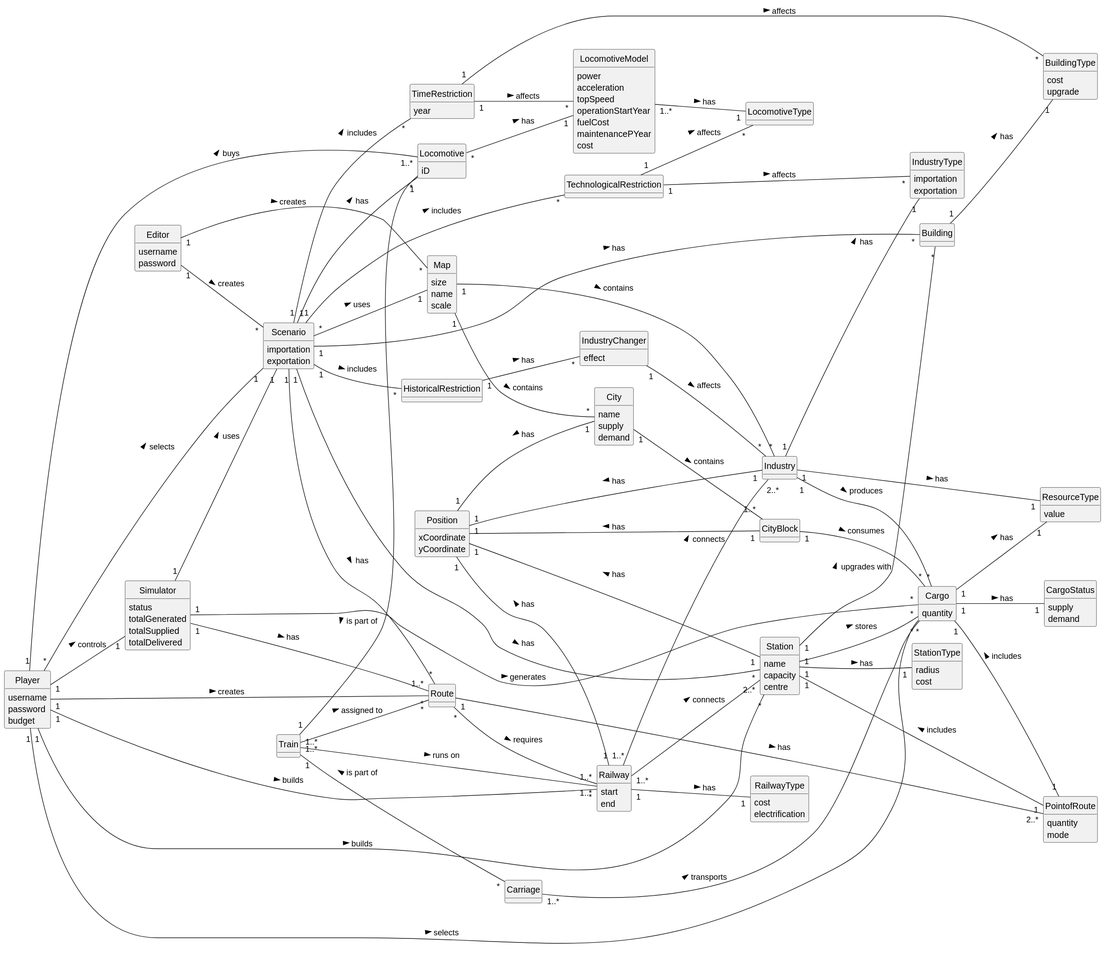
1240935/pi2-railway-simulator keeps this PlantUML diagram as Sprint3/global-artifacts/02.analysis/svg/DM.svg. Above is the earlier version.
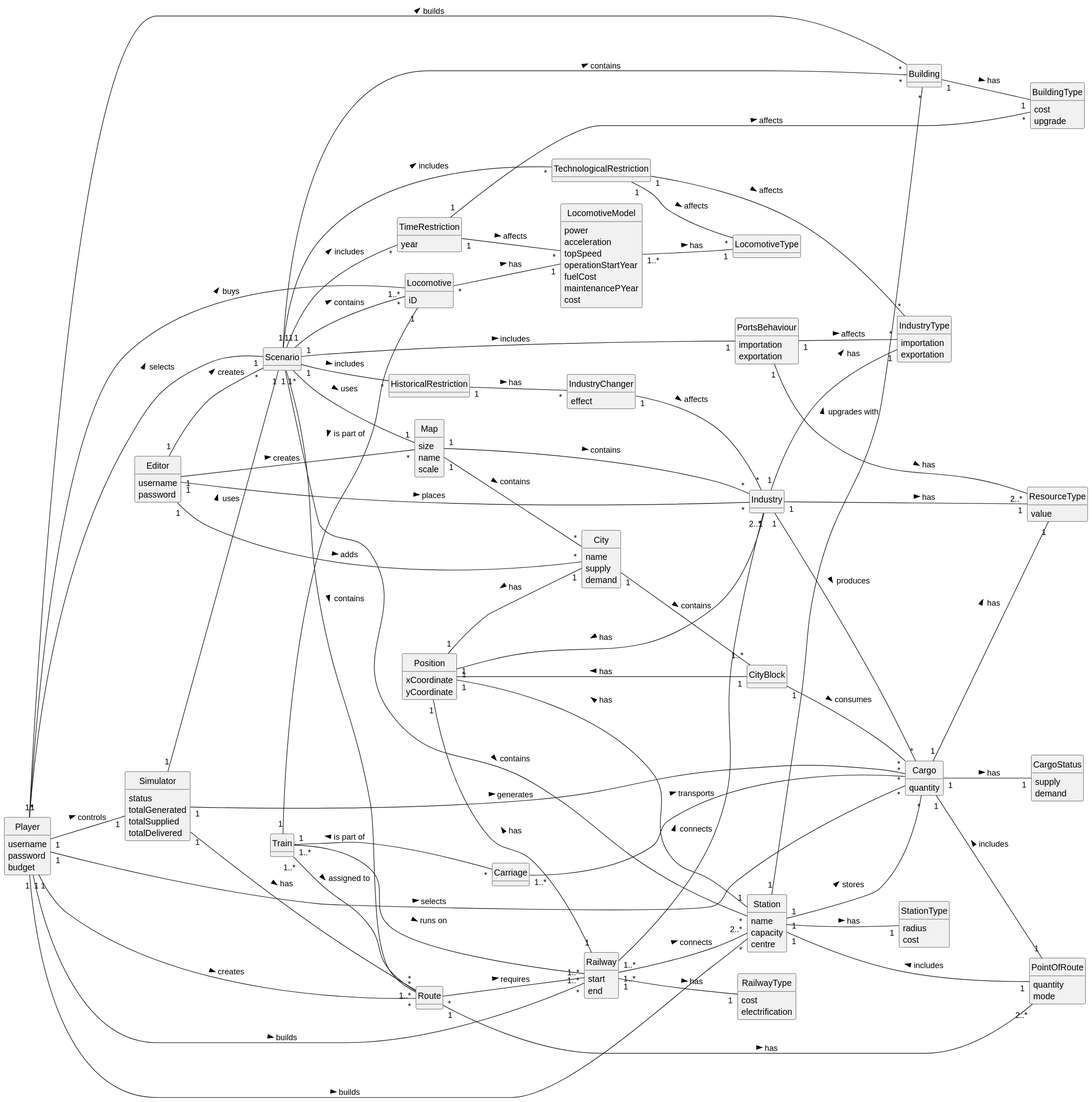
The same file after the commit.

Diff of the diagram source:
```diff
@@ -62,8 +62,6 @@
 }
 
 class Scenario {
-    importation
-    exportation
 }
 
 class City {
@@ -141,17 +139,25 @@
     demand
 }
 
-class PointofRoute{
+class PointOfRoute{
     quantity
     mode
 }
 
+class PortsBehaviour{
+    importation
+    exportation
+}
+
 
 Editor "1" -- "*" Map : creates >
+Editor "1" -- "*" Industry: places >
+Editor "1" -- "*" City: adds >
 Editor "1" -- "*" Scenario : creates >
 
 Player "*" -- "1" Scenario : selects >
 Player "1" -- "*" Station : builds >
+Player "1" -- "*" Building: builds >
 Player "1" -- "*" Route : creates >
 Player "1" -- "*" Railway : builds >
 Player "1" -- "*"  Cargo : selects >
@@ -183,13 +189,16 @@
 Scenario "1" -- "*" HistoricalRestriction: includes >
 Scenario "1" -- "*" TechnologicalRestriction: includes >
 Scenario "1" -- "*" TimeRestriction: includes >
-Scenario "1" -- "*" Station: has >
-Scenario "1" -- "*" Building: has >
-Scenario "1" -- "*" Route: has >
-Scenario "1" -- "*" Locomotive: has >
+Scenario "1" -- "1" PortsBehaviour: includes >
+Scenario "1" -- "*" Station: contains >
+Scenario "1" -- "*" Building: contains >
+Scenario "1" -- "*" Route: contains >
+Scenario "1" -- "*" Locomotive: contains >
 
 HistoricalRestriction "1" -- "*" IndustryChanger: has >
 IndustryChanger "1" -- "*" Industry: affects >
+PortsBehaviour "1" -- "2..*" ResourceType: has >
+PortsBehaviour "1" -- "*" IndustryType: affects >
 
 TimeRestriction "1" -- "*" BuildingType: affects >
 TimeRestriction "1" -- "*" LocomotiveModel: affects >
@@ -200,7 +209,7 @@
 Station "1" -- "*" Building : upgrades with >
 Station "1" -- "*" Cargo : stores >
 Station "1" -- "1" StationType: has >
-Station "1" -- "1" PointofRoute: includes <
+Station "1" -- "1" PointOfRoute: includes <
 
 Building "1" -- "1" BuildingType : has >
 
@@ -215,7 +224,7 @@
 Carriage "1..*" -- "*" Cargo: transports >
 
 Route "*" -- "1..*" Railway: requires >
-Route "1" -- "2..*" PointofRoute: has >
+Route "1" -- "2..*" PointOfRoute: has >
 
 Railway "1..*" -- "2..*" Industry : connects >
 Railway "1..*" -- "2..*" Station : connects >
@@ -223,5 +232,5 @@
 
 Cargo "1" -- "1" ResourceType: has >
 Cargo "1" -- "1" CargoStatus: has >
-Cargo "1" -- "1" PointofRoute: includes <
+Cargo "1" -- "1" PointOfRoute: includes <
 @enduml
```
